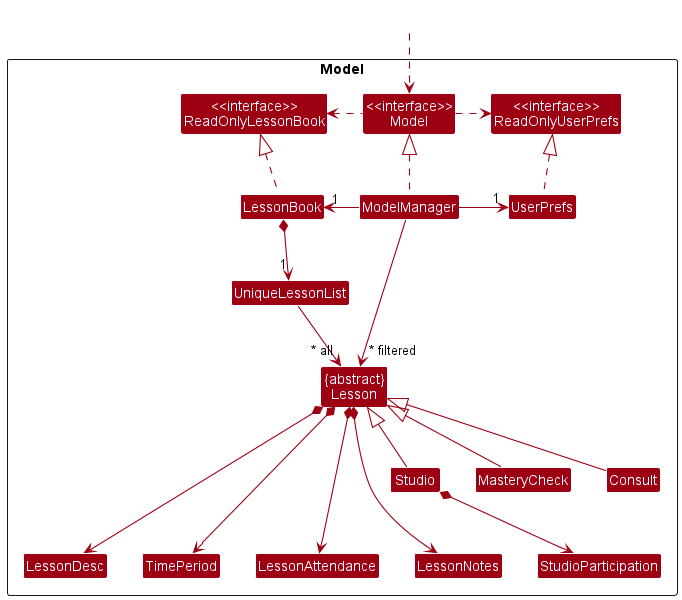
Above: docs/images/LessonClassDiagram.png in nus-cs2103-AY2223S1/tp (PlantUML), before the change. Source of this version:
```plantuml
@startuml
!include style.puml
skinparam arrowThickness 1.1
skinparam arrowColor MODEL_COLOR
skinparam classBackgroundColor MODEL_COLOR
skinparam groupinheritance 3

Package Model <<Rectangle>>{
Class "<<interface>>\nReadOnlyLessonBook" as ReadOnlyLessonBook
Class "<<interface>>\nReadOnlyUserPrefs" as ReadOnlyUserPrefs
Class "<<interface>>\nModel" as Model
Class LessonBook
Class ModelManager
Class UserPrefs

Class UniqueLessonList
Class "{abstract}\nLesson" as Lesson
Class Studio
Class MasteryCheck
Class Consult
Class LessonAttendance
Class LessonNotes
Class LessonDesc
Class TimePeriod
Class StudioParticipation

}

Class HiddenOutside #FFFFFF
HiddenOutside ..> Model

LessonBook .up.|> ReadOnlyLessonBook

ModelManager .up.|> Model
Model .right.> ReadOnlyUserPrefs
Model .left.> ReadOnlyLessonBook
ModelManager -left-> "1" LessonBook
ModelManager -right-> "1" UserPrefs
UserPrefs .up.|> ReadOnlyUserPrefs

LessonBook *--> "1" UniqueLessonList
UniqueLessonList --> "~* all" Lesson
Studio -u-|> Lesson
MasteryCheck -u-|> Lesson
Consult --|> Lesson

Lesson *---> LessonDesc
Lesson *---> TimePeriod
Lesson *---> LessonAttendance
Lesson *---> LessonNotes
Studio *--> StudioParticipation


LessonDesc -[hidden]right-> TimePeriod
TimePeriod -[hidden]right-> LessonAttendance
LessonAttendance -[hidden]right-> LessonNotes
LessonNotes -[hidden]right-> StudioParticipation
LessonNotes -[hidden]right-> StudioParticipation

MasteryCheck -[hidden]r-> Consult
Studio -[hidden]r-> MasteryCheck

ModelManager -->"~* filtered" Lesson
@enduml
```
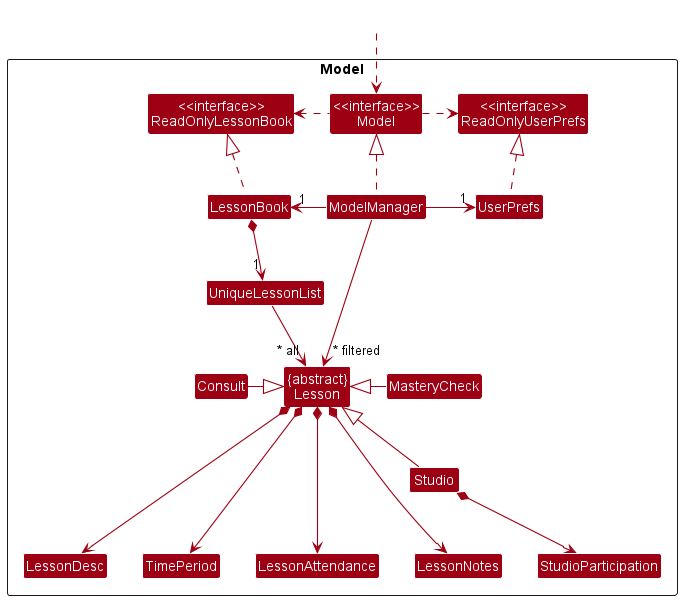
The same file after the commit.

Commit message:
Update UML diagrams

What changed in the source:
```diff
@@ -41,8 +41,8 @@
 LessonBook *--> "1" UniqueLessonList
 UniqueLessonList --> "~* all" Lesson
 Studio -u-|> Lesson
-MasteryCheck -u-|> Lesson
-Consult --|> Lesson
+MasteryCheck -l-|> Lesson
+Consult -r-|> Lesson
 
 Lesson *---> LessonDesc
 Lesson *---> TimePeriod
@@ -50,15 +50,12 @@
 Lesson *---> LessonNotes
 Studio *--> StudioParticipation
 
-
 LessonDesc -[hidden]right-> TimePeriod
 TimePeriod -[hidden]right-> LessonAttendance
 LessonAttendance -[hidden]right-> LessonNotes
 LessonNotes -[hidden]right-> StudioParticipation
 LessonNotes -[hidden]right-> StudioParticipation
-
-MasteryCheck -[hidden]r-> Consult
-Studio -[hidden]r-> MasteryCheck
+Studio -[hidden]up-> MasteryCheck
 
 ModelManager -->"~* filtered" Lesson
 @enduml
```
